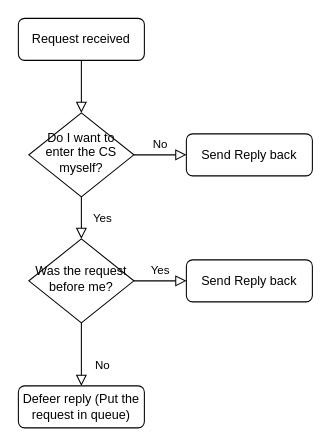
Before: ricart-agrawala.drawio in Joha6210/DistributedSystems-Handin4, a draw.io diagram. Source tidied: cells renumbered, new cells numbered last; positions are measured from the earlier drawing's top-left corner, leaving out a move shared by most shapes. Both pictures are drawn from the tidied source at 105%, with x=0, y=0 at pixel (18, 18).
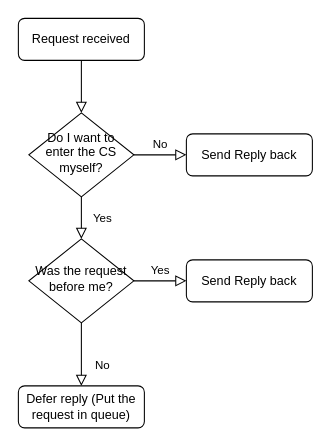
The same page after the edit.

Diff of the diagram source:
```diff
@@
 <mxGraphModel>
   <root>
     <mxCell id="0" />
     <mxCell id="1" parent="0" />
     <mxCell id="2" style="rounded=0;html=1;jettySize=auto;fontSize=11;endArrow=block;endFill=0;endSize=8;strokeWidth=1;shadow=0;labelBackgroundColor=none;edgeStyle=orthogonalEdgeStyle;" parent="1" edge="1" source="3" target="6">
       <mxGeometry relative="1" as="geometry" />
     </mxCell>
     <mxCell id="3" value="Request received" style="rounded=1;whiteSpace=wrap;html=1;fontSize=12;glass=0;strokeWidth=1;shadow=0;" parent="1" vertex="1">
       <mxGeometry width="120" height="40" as="geometry" />
     </mxCell>
     <mxCell id="4" value="Yes" style="rounded=0;html=1;jettySize=auto;fontSize=11;endArrow=block;endFill=0;endSize=8;strokeWidth=1;shadow=0;labelBackgroundColor=none;edgeStyle=orthogonalEdgeStyle;" parent="1" edge="1" source="6" target="10">
       <mxGeometry y="20" relative="1" as="geometry" />
     </mxCell>
     <mxCell id="5" value="No" style="edgeStyle=orthogonalEdgeStyle;rounded=0;html=1;jettySize=auto;fontSize=11;endArrow=block;endFill=0;endSize=8;strokeWidth=1;shadow=0;labelBackgroundColor=none;" parent="1" edge="1" source="6" target="7">
       <mxGeometry y="10" relative="1" as="geometry" />
     </mxCell>
     <mxCell id="6" value="Do I want to enter the CS myself?" style="rhombus;whiteSpace=wrap;html=1;shadow=0;fontFamily=Helvetica;fontSize=12;align=center;strokeWidth=1;spacing=6;spacingTop=-4;" parent="1" vertex="1">
       <mxGeometry x="10" y="90" width="100" height="80" as="geometry" />
     </mxCell>
     <mxCell id="7" value="Send Reply back" style="rounded=1;whiteSpace=wrap;html=1;fontSize=12;glass=0;strokeWidth=1;shadow=0;" parent="1" vertex="1">
       <mxGeometry x="160" y="110" width="120" height="40" as="geometry" />
     </mxCell>
     <mxCell id="8" value="No" style="rounded=0;html=1;jettySize=auto;fontSize=11;endArrow=block;endFill=0;endSize=8;strokeWidth=1;shadow=0;labelBackgroundColor=none;edgeStyle=orthogonalEdgeStyle;" parent="1" edge="1" source="10" target="11">
       <mxGeometry x="0.33" y="20" relative="1" as="geometry" />
     </mxCell>
     <mxCell id="9" value="Yes" style="edgeStyle=orthogonalEdgeStyle;rounded=0;html=1;jettySize=auto;fontSize=11;endArrow=block;endFill=0;endSize=8;strokeWidth=1;shadow=0;labelBackgroundColor=none;" parent="1" edge="1" source="10" target="12">
       <mxGeometry y="10" relative="1" as="geometry" />
     </mxCell>
     <mxCell id="10" value="Was the request before me?" style="rhombus;whiteSpace=wrap;html=1;shadow=0;fontFamily=Helvetica;fontSize=12;align=center;strokeWidth=1;spacing=6;spacingTop=-4;" parent="1" vertex="1">
       <mxGeometry x="10" y="210" width="100" height="80" as="geometry" />
     </mxCell>
-    <mxCell id="11" value="Defeer reply (Put the request in queue)" style="rounded=1;whiteSpace=wrap;html=1;fontSize=12;glass=0;strokeWidth=1;shadow=0;" parent="1" vertex="1">
+    <mxCell id="11" value="Defer reply (Put the request in queue)" style="rounded=1;whiteSpace=wrap;html=1;fontSize=12;glass=0;strokeWidth=1;shadow=0;" parent="1" vertex="1">
       <mxGeometry y="350" width="120" height="40" as="geometry" />
     </mxCell>
     <mxCell id="12" value="Send Reply back" style="rounded=1;whiteSpace=wrap;html=1;fontSize=12;glass=0;strokeWidth=1;shadow=0;" parent="1" vertex="1">
       <mxGeometry x="160" y="230" width="120" height="40" as="geometry" />
     </mxCell>
   </root>
 </mxGraphModel>
```
